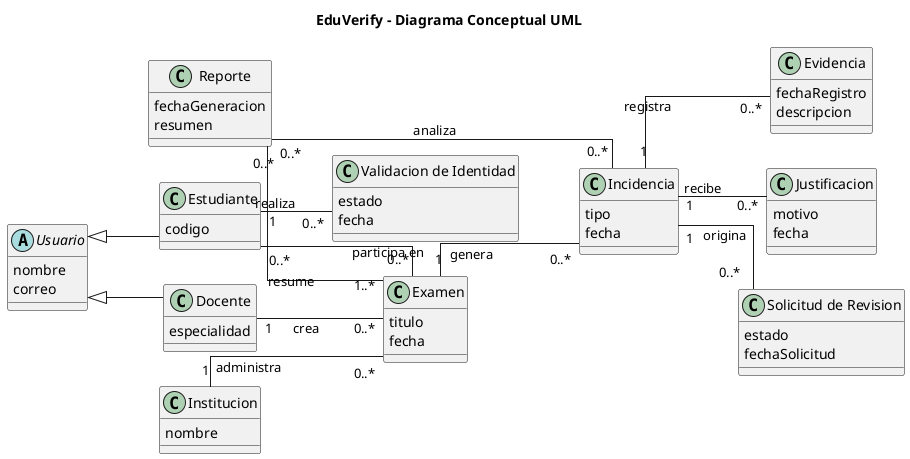
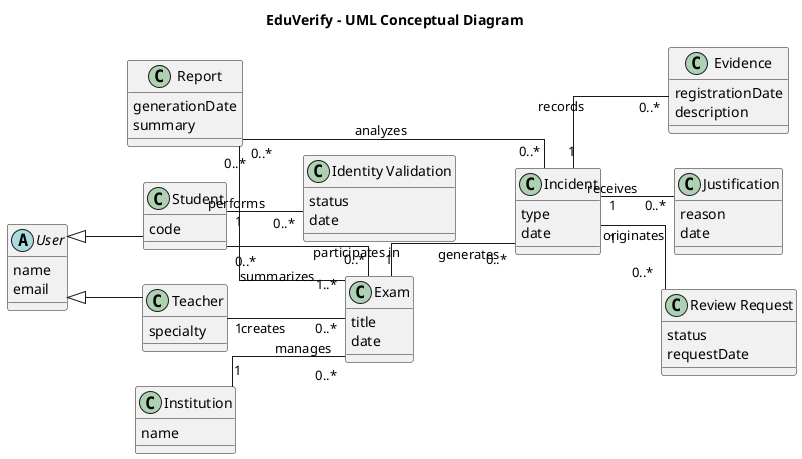
@startuml "EduVerify - Level 4 Conceptual"
left to right direction

- title EduVerify - Diagrama Conceptual UML
+ title EduVerify - UML Conceptual Diagram

skinparam classAttributeIconSize 0
skinparam linetype ortho

- abstract class Usuario {
-   nombre
-   correo
+ abstract class User {
+   name
+   email
}

- class Docente {
-   especialidad
+ class Teacher {
+   specialty
}

- class Estudiante {
-   codigo
+ class Student {
+   code
}

- class Institucion {
-   nombre
+ class Institution {
+   name
}

- class Examen {
-   titulo
-   fecha
+ class Exam {
+   title
+   date
}

- class "Validacion de Identidad" as ValidacionIdentidad {
-   estado
-   fecha
+ class "Identity Validation" as IdentityValidation {
+   status
+   date
}

- class Incidencia {
-   tipo
-   fecha
+ class Incident {
+   type
+   date
}

- class Evidencia {
-   fechaRegistro
-   descripcion
+ class Evidence {
+   registrationDate
+   description
}

- class Justificacion {
-   motivo
-   fecha
+ class Justification {
+   reason
+   date
}

- class "Solicitud de Revision" as SolicitudRevision {
-   estado
-   fechaSolicitud
+ class "Review Request" as ReviewRequest {
+   status
+   requestDate
}

- class Reporte {
-   fechaGeneracion
-   resumen
+ class Report {
+   generationDate
+   summary
}

- Usuario <|-- Docente
- Usuario <|-- Estudiante
+ User <|-- Teacher
+ User <|-- Student

- Institucion "1" -- "0..*" Examen : administra
- Docente "1" -- "0..*" Examen : crea
- Estudiante "0..*" -- "0..*" Examen : participa en
- Estudiante "1" -- "0..*" ValidacionIdentidad : realiza
- Examen "1" -- "0..*" Incidencia : genera
- Incidencia "1" -- "0..*" Evidencia : registra
- Incidencia "1" -- "0..*" Justificacion : recibe
- Incidencia "1" -- "0..*" SolicitudRevision : origina
- Reporte "0..*" -- "1..*" Examen : resume
- Reporte "0..*" -- "0..*" Incidencia : analiza
+ Institution "1" -- "0..*" Exam : manages
+ Teacher "1" -- "0..*" Exam : creates
+ Student "0..*" -- "0..*" Exam : participates in
+ Student "1" -- "0..*" IdentityValidation : performs
+ Exam "1" -- "0..*" Incident : generates
+ Incident "1" -- "0..*" Evidence : records
+ Incident "1" -- "0..*" Justification : receives
+ Incident "1" -- "0..*" ReviewRequest : originates
+ Report "0..*" -- "1..*" Exam : summarizes
+ Report "0..*" -- "0..*" Incident : analyzes

@enduml
